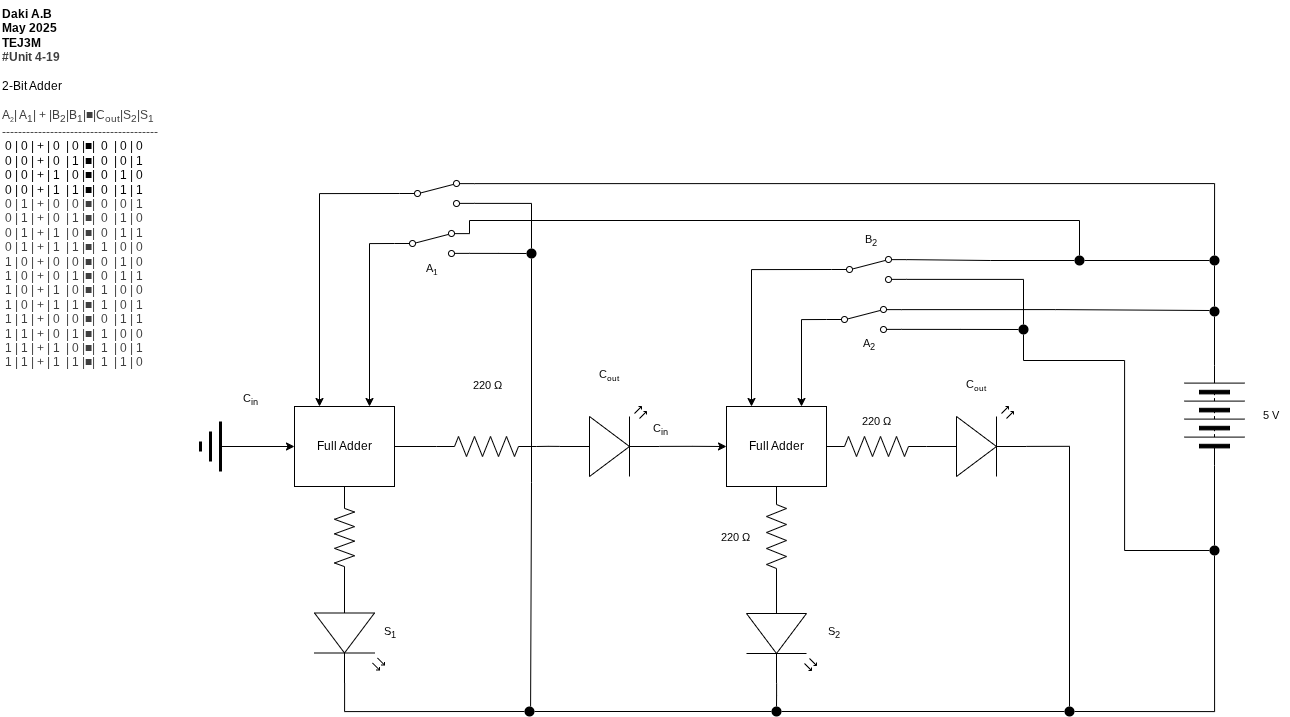
daki-atahwalp-antango-boad/TEJ3M-Unit-4 keeps this draw.io diagram as Unit-4-19.png. Above is the earlier version. Source tidied: cells renumbered, new cells last; positions are measured from the earlier drawing's top-left corner, leaving out a move shared by most shapes.
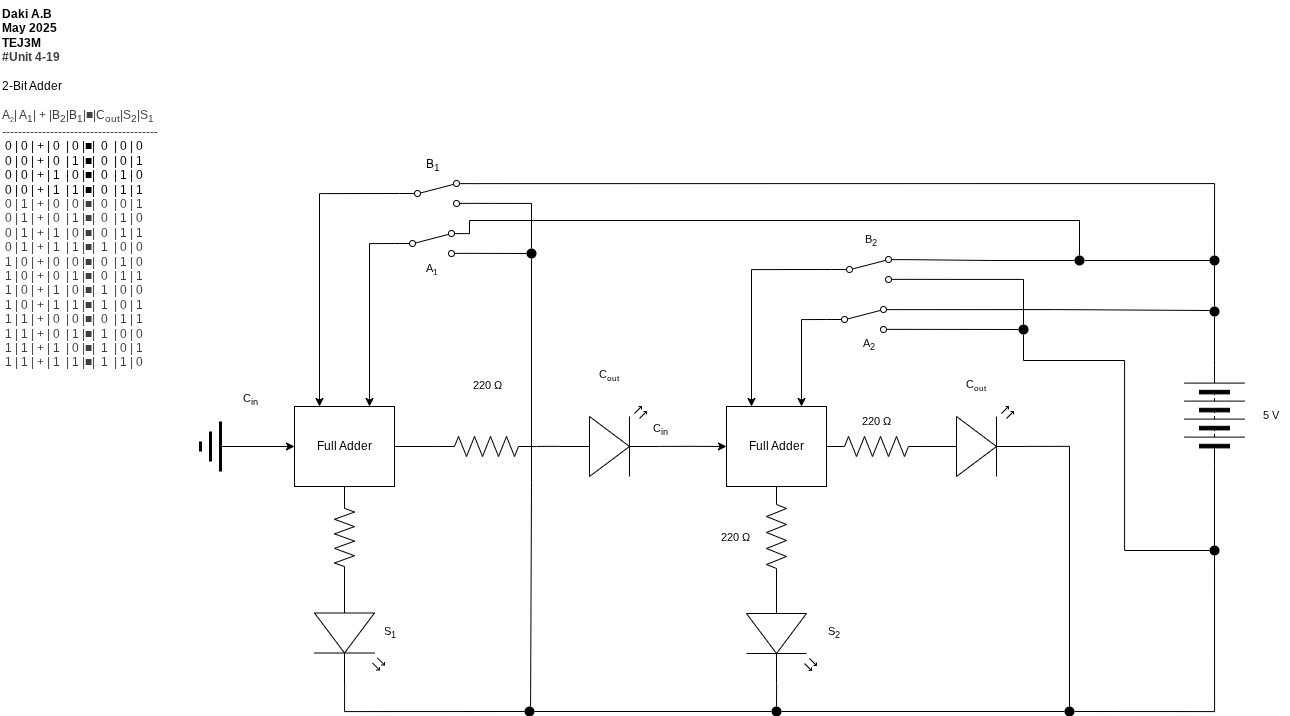
The same file after the commit.

The edit, as a diff of the source:
```diff
@@ -250,5 +250,8 @@
     <mxCell id="72" value="220 Ω" style="text;html=1;align=center;verticalAlign=middle;strokeColor=none;fillColor=none;fontFamily=Helvetica;fontSize=11;fontColor=default;labelBackgroundColor=default;" parent="1" vertex="1">
       <mxGeometry x="710" y="522" width="50" height="30" as="geometry" />
     </mxCell>
+    <mxCell id="73" value="B&lt;sub&gt;1&lt;/sub&gt;" style="text;html=1;align=center;verticalAlign=middle;strokeColor=none;fillColor=none;" parent="1" vertex="1">
+      <mxGeometry x="411.5" y="150" width="40" height="30" as="geometry" />
+    </mxCell>
   </root>
 </mxGraphModel>
```
